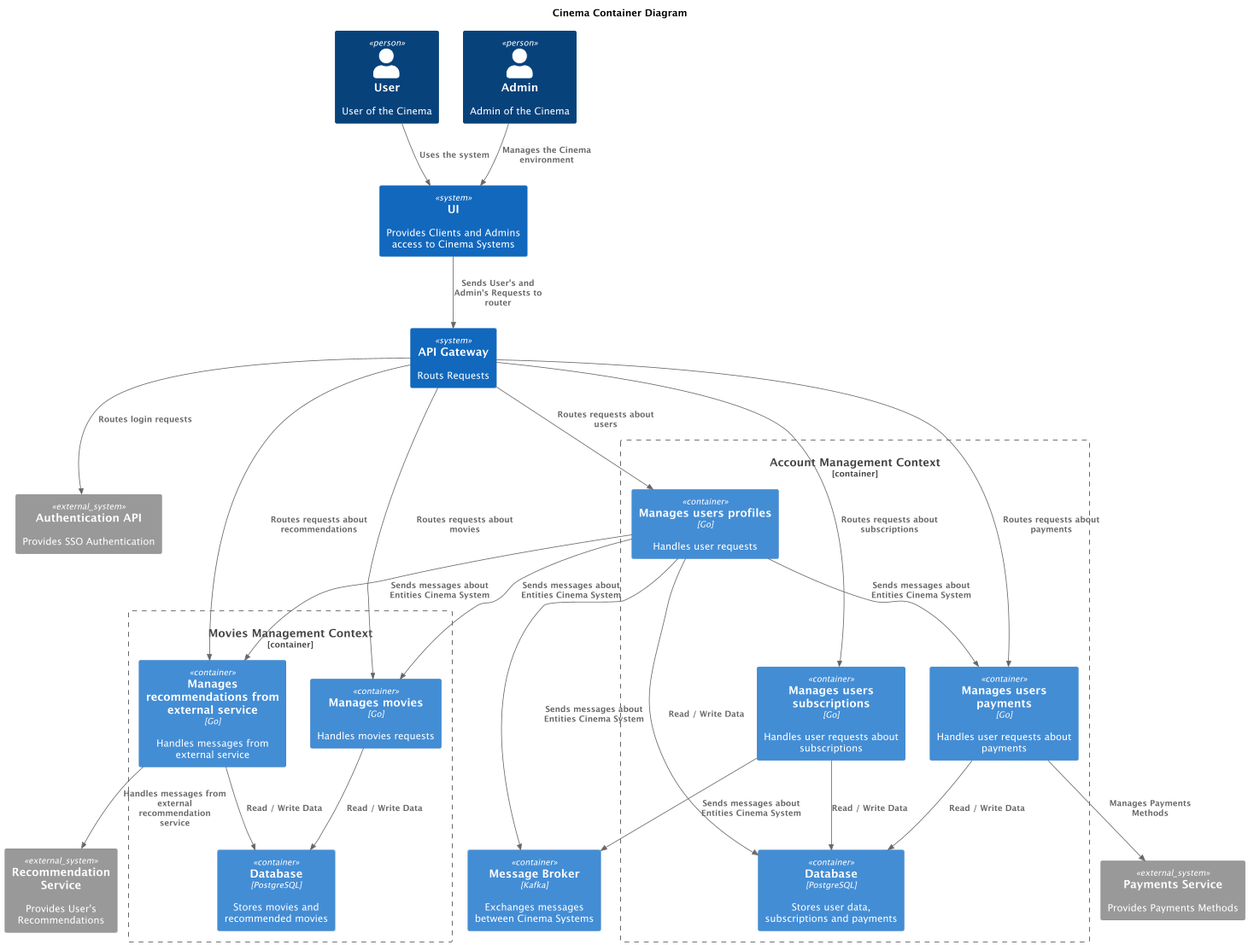
Before: docs/Task1_Container-Cinema_Container_Diagram.png, a diagram exported from PlantUML (evsi92/practicum-sprint-2). Source of this version:
```plantuml
@startuml
title Cinema Container Diagram

top to bottom direction

!includeurl https://raw.githubusercontent.com/RicardoNiepel/C4-PlantUML/master/C4_Component.puml

Person(user, "User", "User of the Cinema")
Person(admin, "Admin", "Admin of the Cinema")

Container(messageBroker, "Message Broker", "Kafka", "Exchanges messages between Cinema Systems")

System(ui, "UI", "Provides Clients and Admins access to Cinema Systems")
System(apiGateway, "API Gateway", "Routs Requests")

System_Ext(externalAuthApi, "Authentication API", "Provides SSO Authentication")
System_Ext(externalRecommendationService, "Recommendation Service", "Provides User's Recommendations")
System_Ext(externalPaymentsService, "Payments Service", "Provides Payments Methods")

Rel(user, ui, "Uses the system")
Rel(admin, ui, "Manages the Cinema environment")
Rel(ui, apiGateway, "Sends User's and Admin's Requests to router")

Container_Boundary(accountManagementContext, "Account Management Context") {
  Container(usersService, "Manages users profiles", "Go", "Handles user requests")
  Container(subscriptionsService, "Manages users subscriptions", "Go", "Handles user requests about subscriptions")
  Container(paymentsService, "Manages users payments", "Go", "Handles user requests about payments")
  Container(accountsDomainDatabase, "Database", "PostgreSQL", "Stores user data, subscriptions and payments")
}

Rel(usersService, accountsDomainDatabase, "Read / Write Data")
Rel(subscriptionsService, accountsDomainDatabase, "Read / Write Data")
Rel(paymentsService, accountsDomainDatabase, "Read / Write Data")

Rel(apiGateway, usersService, "Routes requests about users")
Rel(apiGateway, subscriptionsService, "Routes requests about subscriptions")
Rel(apiGateway, paymentsService, "Routes requests about payments")
Rel(apiGateway, externalAuthApi, "Routes login requests")
Rel(paymentsService, externalPaymentsService, "Manages Payments Methods")

Container_Boundary(moviesContext, "Movies Management Context") {
  Container(moviesService, "Manages movies", "Go", "Handles movies requests")
  Container(recommendationService, "Manages recommendations from external service", "Go", "Handles messages from external service")
  Container(moviesDomainDatabase, "Database", "PostgreSQL", "Stores movies and recommended movies")
}

Rel(moviesService, moviesDomainDatabase, "Read / Write Data")
Rel(recommendationService, moviesDomainDatabase, "Read / Write Data")

Rel(apiGateway, moviesService, "Routes requests about movies")
Rel(apiGateway, recommendationService, "Routes requests about recommendations")

Rel(recommendationService, externalRecommendationService, "Handles messages from external recommendation service")

Rel(usersService, messageBroker, "Sends messages about Entities Cinema System")
Rel(subscriptionsService, messageBroker, "Sends messages about Entities Cinema System")
Rel(usersService, paymentsService, "Sends messages about Entities Cinema System")
Rel(usersService, moviesService, "Sends messages about Entities Cinema System")
Rel(usersService, recommendationService, "Sends messages about Entities Cinema System")

@enduml
```
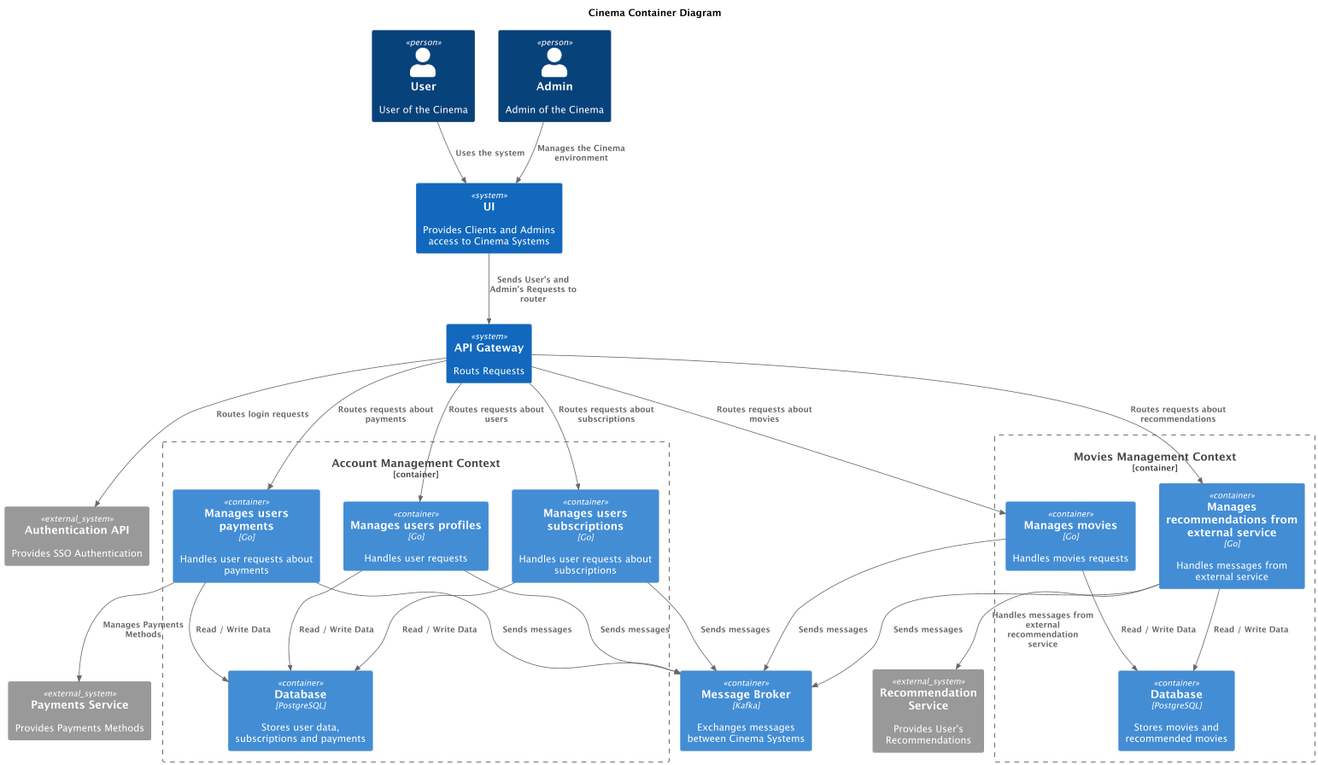
Above is the later version.

Commit message:
Task#1 fixed error

Change to the diagram source:
```diff
@@ -52,10 +52,10 @@
 
 Rel(recommendationService, externalRecommendationService, "Handles messages from external recommendation service")
 
-Rel(usersService, messageBroker, "Sends messages about Entities Cinema System")
-Rel(subscriptionsService, messageBroker, "Sends messages about Entities Cinema System")
-Rel(usersService, paymentsService, "Sends messages about Entities Cinema System")
-Rel(usersService, moviesService, "Sends messages about Entities Cinema System")
-Rel(usersService, recommendationService, "Sends messages about Entities Cinema System")
+Rel(usersService, messageBroker, "Sends messages")
+Rel(subscriptionsService, messageBroker, "Sends messages")
+Rel(paymentsService, messageBroker, "Sends messages")
+Rel(moviesService, messageBroker, "Sends messages")
+Rel(recommendationService, messageBroker, "Sends messages")
 
 @enduml
```
